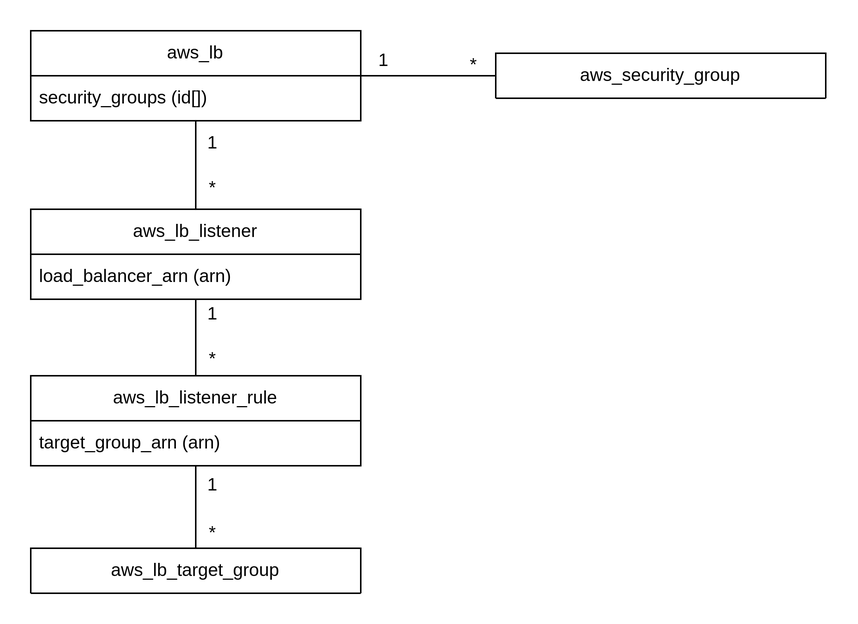
The draw.io diagram Terraform/AWS/image/LB-ER図.png in kuritaeiji/Memo, before a commit. Source tidied: cells renumbered, new cells last; positions are measured from the earlier drawing's top-left corner, leaving out a move shared by most shapes.
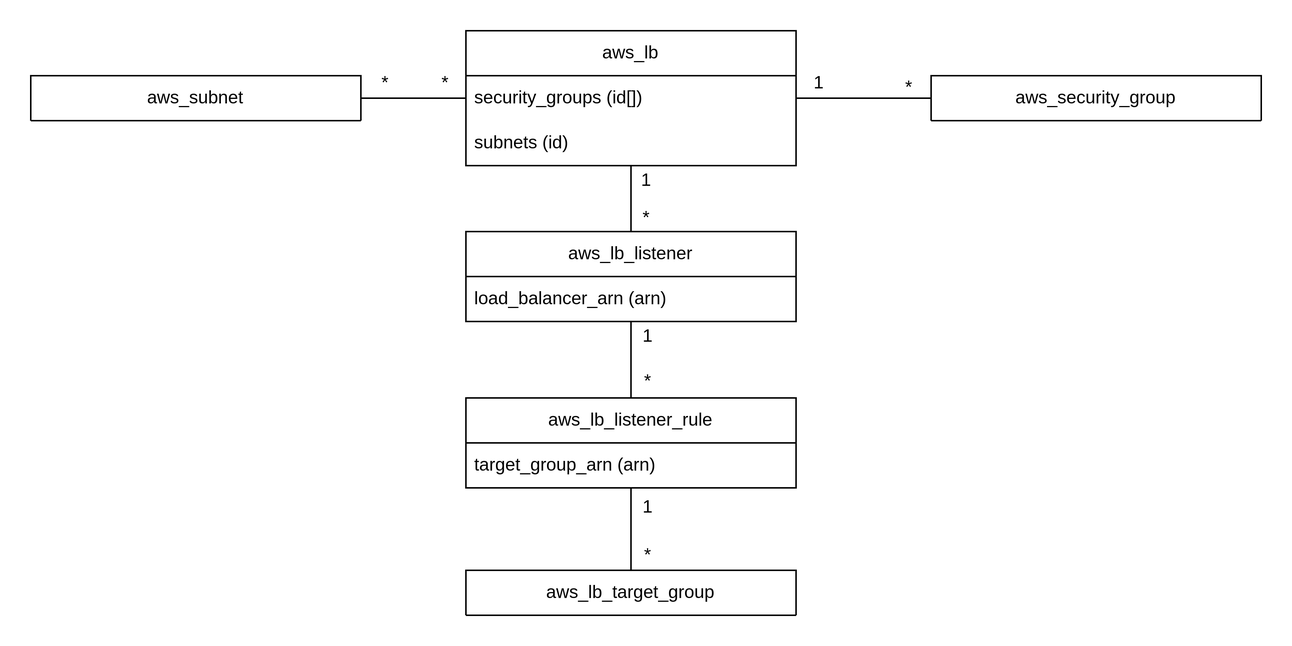
The same diagram one commit later.

What changed in the source:
```diff
@@ -5,62 +5,77 @@
     <mxCell id="2" value="aws_security_group" style="swimlane;fontStyle=0;horizontal=1;startSize=30;whiteSpace=wrap;html=1;" parent="1" vertex="1">
       <mxGeometry x="310" y="15" width="220" height="30" as="geometry" />
     </mxCell>
-    <mxCell id="3" style="edgeStyle=orthogonalEdgeStyle;rounded=0;jettySize=auto;html=1;entryX=0;entryY=0.5;entryDx=0;entryDy=0;endArrow=none;endFill=0;" parent="1" edge="1" source="5" target="2">
+    <mxCell id="3" style="edgeStyle=orthogonalEdgeStyle;rounded=0;jettySize=auto;html=1;entryX=0;entryY=0.5;entryDx=0;entryDy=0;endArrow=none;endFill=0;" parent="1" edge="1" source="6" target="2">
       <mxGeometry relative="1" as="geometry" />
     </mxCell>
-    <mxCell id="4" style="edgeStyle=orthogonalEdgeStyle;rounded=0;jettySize=auto;html=1;entryX=0.5;entryY=0;entryDx=0;entryDy=0;endArrow=none;endFill=0;" parent="1" edge="1" source="5" target="10">
+    <mxCell id="4" style="edgeStyle=orthogonalEdgeStyle;rounded=0;jettySize=auto;html=1;entryX=0.5;entryY=0;entryDx=0;entryDy=0;endArrow=none;endFill=0;" parent="1" edge="1" source="6" target="12">
       <mxGeometry relative="1" as="geometry" />
     </mxCell>
-    <mxCell id="5" value="aws_lb" style="swimlane;fontStyle=0;horizontal=1;startSize=30;whiteSpace=wrap;html=1;" parent="1" vertex="1">
-      <mxGeometry width="220" height="60" as="geometry" />
+    <mxCell id="5" style="edgeStyle=orthogonalEdgeStyle;rounded=0;jettySize=auto;html=1;entryX=1;entryY=0.5;entryDx=0;entryDy=0;endArrow=none;endFill=0;" parent="1" edge="1" source="6" target="24">
+      <mxGeometry relative="1" as="geometry" />
     </mxCell>
-    <mxCell id="6" value="security_groups (id[])" style="text;strokeColor=none;fillColor=none;align=left;verticalAlign=middle;spacingLeft=4;spacingRight=4;overflow=hidden;points=[[0,0.5],[1,0.5]];portConstraint=eastwest;whiteSpace=wrap;html=1;" parent="5" vertex="1">
-      <mxGeometry y="30" width="220" height="30" as="geometry" />
+    <mxCell id="6" value="aws_lb" style="swimlane;fontStyle=0;horizontal=1;startSize=30;whiteSpace=wrap;html=1;" parent="1" vertex="1">
+      <mxGeometry y="-15" width="220" height="90" as="geometry" />
     </mxCell>
-    <mxCell id="7" value="1" style="text;html=1;align=center;verticalAlign=middle;strokeColor=none;fillColor=none;" parent="1" vertex="1">
-      <mxGeometry x="220" y="5" width="30" height="30" as="geometry" />
+    <mxCell id="7" value="security_groups (id[])" style="text;strokeColor=none;fillColor=none;align=left;verticalAlign=middle;spacingLeft=4;spacingRight=4;overflow=hidden;whiteSpace=wrap;html=1;" parent="6" vertex="1">
+      <mxGeometry y="30" width="220" height="30" as="geometry" />
     </mxCell>
-    <mxCell id="8" value="*" style="text;html=1;align=center;verticalAlign=middle;strokeColor=none;fillColor=none;" parent="1" vertex="1">
-      <mxGeometry x="280" y="8" width="30" height="30" as="geometry" />
+    <mxCell id="8" value="subnets (id)" style="text;strokeColor=none;fillColor=none;align=left;verticalAlign=middle;spacingLeft=4;spacingRight=4;overflow=hidden;whiteSpace=wrap;html=1;" parent="6" vertex="1">
+      <mxGeometry y="60" width="220" height="30" as="geometry" />
     </mxCell>
-    <mxCell id="9" style="edgeStyle=orthogonalEdgeStyle;rounded=0;jettySize=auto;html=1;entryX=0.5;entryY=0;entryDx=0;entryDy=0;endArrow=none;endFill=0;" parent="1" edge="1" source="10" target="13">
-      <mxGeometry relative="1" as="geometry" />
+    <mxCell id="9" value="1" style="text;html=1;align=center;verticalAlign=middle;strokeColor=none;fillColor=none;" parent="1" vertex="1">
+      <mxGeometry x="220" y="5" width="30" height="30" as="geometry" />
     </mxCell>
-    <mxCell id="10" value="aws_lb_listener" style="swimlane;fontStyle=0;horizontal=1;startSize=30;whiteSpace=wrap;html=1;" parent="1" vertex="1">
-      <mxGeometry y="119" width="220" height="60" as="geometry" />
+    <mxCell id="10" value="*" style="text;html=1;align=center;verticalAlign=middle;points=[];strokeColor=none;fillColor=none;" parent="1" vertex="1">
+      <mxGeometry x="280" y="8" width="30" height="30" as="geometry" />
     </mxCell>
-    <mxCell id="11" value="load_balancer_arn (arn)" style="text;strokeColor=none;fillColor=none;align=left;verticalAlign=middle;spacingLeft=4;spacingRight=4;overflow=hidden;whiteSpace=wrap;html=1;" parent="10" vertex="1">
-      <mxGeometry y="30" width="220" height="30" as="geometry" />
+    <mxCell id="11" style="edgeStyle=orthogonalEdgeStyle;rounded=0;jettySize=auto;html=1;entryX=0.5;entryY=0;entryDx=0;entryDy=0;endArrow=none;endFill=0;" parent="1" edge="1" source="12" target="15">
+      <mxGeometry relative="1" as="geometry" />
     </mxCell>
-    <mxCell id="12" style="edgeStyle=orthogonalEdgeStyle;rounded=0;jettySize=auto;html=1;endArrow=none;endFill=0;" parent="1" edge="1" source="13" target="15">
-      <mxGeometry relative="1" as="geometry" />
+    <mxCell id="12" value="aws_lb_listener" style="swimlane;fontStyle=0;horizontal=1;startSize=30;whiteSpace=wrap;html=1;" parent="1" vertex="1">
+      <mxGeometry y="119" width="220" height="60" as="geometry" />
     </mxCell>
-    <mxCell id="13" value="aws_lb_listener_rule" style="swimlane;fontStyle=0;horizontal=1;startSize=30;whiteSpace=wrap;html=1;" parent="1" vertex="1">
-      <mxGeometry y="230" width="220" height="60" as="geometry" />
+    <mxCell id="13" value="load_balancer_arn (arn)" style="text;strokeColor=none;fillColor=none;align=left;verticalAlign=middle;spacingLeft=4;spacingRight=4;overflow=hidden;points=[[0,0.5],[1,0.5]];portConstraint=eastwest;whiteSpace=wrap;html=1;" parent="12" vertex="1">
+      <mxGeometry y="30" width="220" height="30" as="geometry" />
     </mxCell>
-    <mxCell id="14" value="target_group_arn (arn)" style="text;strokeColor=none;fillColor=none;align=left;verticalAlign=middle;spacingLeft=4;spacingRight=4;overflow=hidden;whiteSpace=wrap;html=1;" parent="13" vertex="1">
-      <mxGeometry y="30" width="220" height="30" as="geometry" />
+    <mxCell id="14" style="edgeStyle=orthogonalEdgeStyle;rounded=0;jettySize=auto;html=1;endArrow=none;endFill=0;" parent="1" edge="1" source="15" target="17">
+      <mxGeometry relative="1" as="geometry" />
     </mxCell>
-    <mxCell id="15" value="aws_lb_target_group" style="swimlane;fontStyle=0;horizontal=1;startSize=30;whiteSpace=wrap;html=1;" parent="1" vertex="1">
-      <mxGeometry y="345" width="220" height="30" as="geometry" />
+    <mxCell id="15" value="aws_lb_listener_rule" style="swimlane;fontStyle=0;horizontal=1;startSize=30;whiteSpace=wrap;html=1;" parent="1" vertex="1">
+      <mxGeometry y="230" width="220" height="60" as="geometry" />
     </mxCell>
-    <mxCell id="16" value="1" style="text;html=1;align=center;verticalAlign=middle;strokeColor=none;fillColor=none;" parent="1" vertex="1">
-      <mxGeometry x="106" y="60" width="30" height="30" as="geometry" />
+    <mxCell id="16" value="target_group_arn (arn)" style="text;strokeColor=none;fillColor=none;align=left;verticalAlign=middle;spacingLeft=4;spacingRight=4;overflow=hidden;whiteSpace=wrap;html=1;" parent="15" vertex="1">
+      <mxGeometry y="30" width="220" height="30" as="geometry" />
     </mxCell>
-    <mxCell id="17" value="*" style="text;html=1;align=center;verticalAlign=middle;points=[];strokeColor=none;fillColor=none;" parent="1" vertex="1">
-      <mxGeometry x="106" y="90" width="30" height="30" as="geometry" />
+    <mxCell id="17" value="aws_lb_target_group" style="swimlane;fontStyle=0;horizontal=1;startSize=30;whiteSpace=wrap;html=1;" parent="1" vertex="1">
+      <mxGeometry y="345" width="220" height="30" as="geometry" />
     </mxCell>
     <mxCell id="18" value="1" style="text;html=1;align=center;verticalAlign=middle;strokeColor=none;fillColor=none;" parent="1" vertex="1">
-      <mxGeometry x="106" y="174" width="30" height="30" as="geometry" />
+      <mxGeometry x="105" y="70" width="30" height="30" as="geometry" />
     </mxCell>
     <mxCell id="19" value="*" style="text;html=1;align=center;verticalAlign=middle;strokeColor=none;fillColor=none;" parent="1" vertex="1">
-      <mxGeometry x="106" y="204" width="30" height="30" as="geometry" />
+      <mxGeometry x="105" y="95" width="30" height="30" as="geometry" />
     </mxCell>
     <mxCell id="20" value="1" style="text;html=1;align=center;verticalAlign=middle;strokeColor=none;fillColor=none;" parent="1" vertex="1">
-      <mxGeometry x="106" y="288" width="30" height="30" as="geometry" />
+      <mxGeometry x="106" y="174" width="30" height="30" as="geometry" />
     </mxCell>
     <mxCell id="21" value="*" style="text;html=1;align=center;verticalAlign=middle;strokeColor=none;fillColor=none;" parent="1" vertex="1">
-      <mxGeometry x="106" y="320" width="30" height="30" as="geometry" />
+      <mxGeometry x="106" y="204" width="30" height="30" as="geometry" />
     </mxCell>
+    <mxCell id="22" value="1" style="text;html=1;align=center;verticalAlign=middle;strokeColor=none;fillColor=none;" parent="1" vertex="1">
+      <mxGeometry x="106" y="288" width="30" height="30" as="geometry" />
+    </mxCell>
+    <mxCell id="23" value="*" style="text;html=1;align=center;verticalAlign=middle;strokeColor=none;fillColor=none;" parent="1" vertex="1">
+      <mxGeometry x="106" y="320" width="30" height="30" as="geometry" />
+    </mxCell>
+    <mxCell id="24" value="aws_subnet" style="swimlane;fontStyle=0;horizontal=1;startSize=30;whiteSpace=wrap;html=1;" parent="1" vertex="1">
+      <mxGeometry x="-290" y="15" width="220" height="30" as="geometry" />
+    </mxCell>
+    <mxCell id="25" value="*" style="text;html=1;align=center;verticalAlign=middle;strokeColor=none;fillColor=none;" parent="1" vertex="1">
+      <mxGeometry x="-69" y="5" width="30" height="30" as="geometry" />
+    </mxCell>
+    <mxCell id="26" value="*" style="text;html=1;align=center;verticalAlign=middle;strokeColor=none;fillColor=none;" parent="1" vertex="1">
+      <mxGeometry x="-29" y="5" width="30" height="30" as="geometry" />
+    </mxCell>
   </root>
 </mxGraphModel>
```
